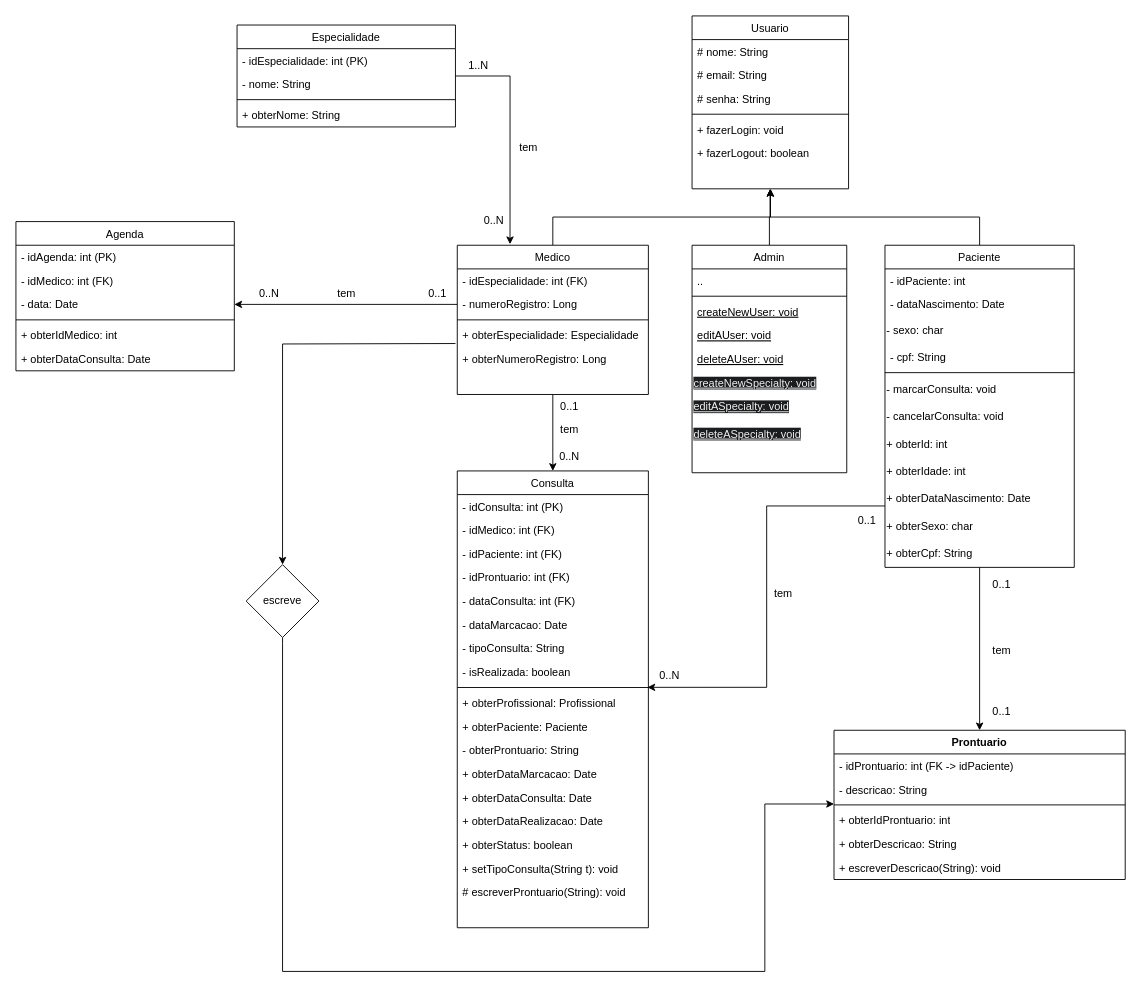
The draw.io diagram doc/diagrama/medcheck.drawio in the-bugs/medcheck-backend-js, before the edit. Source tidied: cells renumbered, new cells numbered last; positions are measured from the earlier drawing's top-left corner, leaving out a move shared by most shapes. Both pictures are drawn from the tidied source at 91%, with x=0, y=0 at pixel (15, 15).
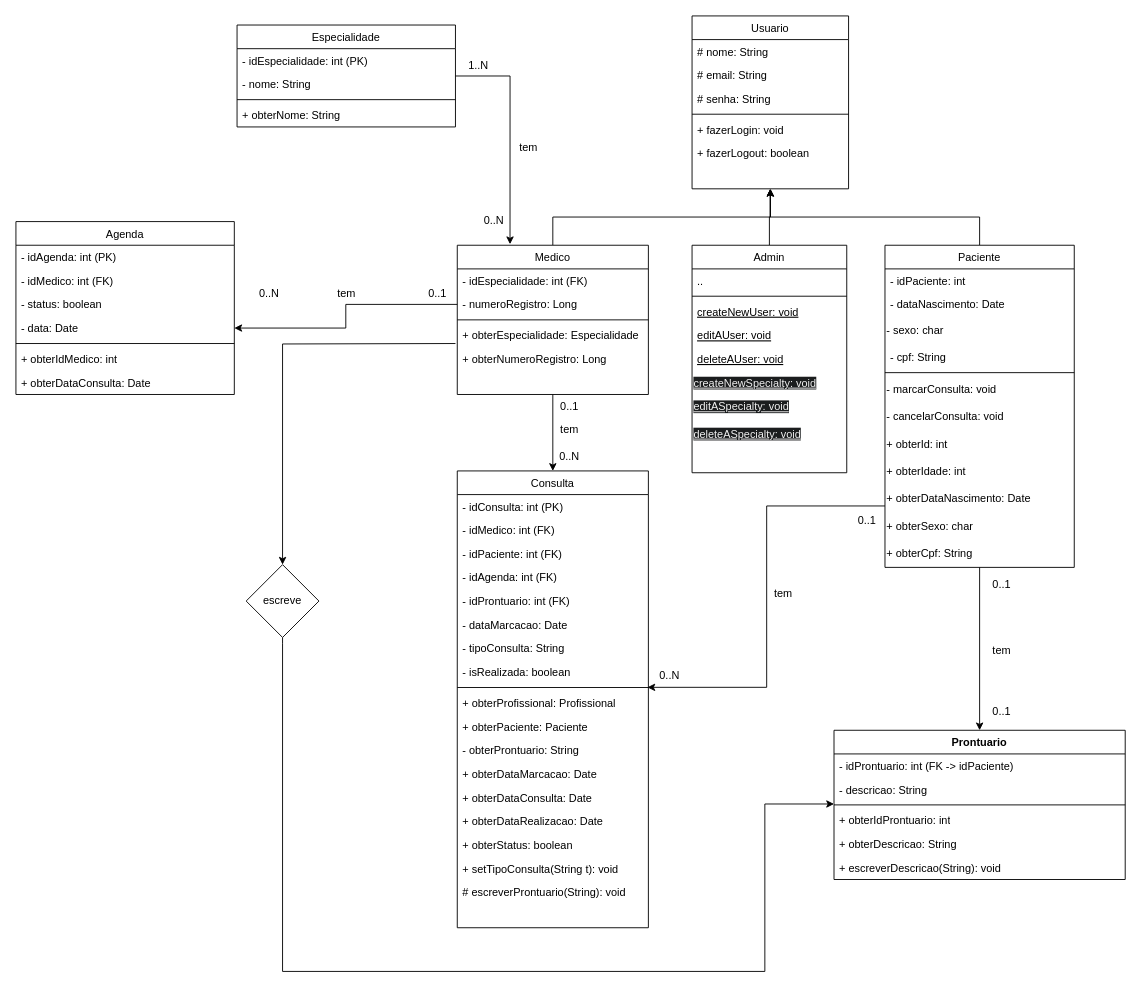
The same page after the edit.

Commit message:
doc: Atualiza diagrama

The change refers to these unchanged cells:
```xml
<mxCell id="41" value="Consulta" style="swimlane;fontStyle=0;align=center;verticalAlign=top;horizontal=1;startSize=26;rounded=0;shadow=0;strokeWidth=1;" parent="1" vertex="1">
  <mxGeometry x="485" y="500" width="210" height="502" as="geometry" />
</mxCell>
```

Diff of the diagram source:
```diff
@@
+    <mxCell id="101" value="- idAgenda: int (FK)" style="text;align=left;verticalAlign=top;spacingLeft=4;spacingRight=4;overflow=hidden;rounded=0;shadow=0;html=0;" parent="41" vertex="1">
+      <mxGeometry y="104" width="210" height="26" as="geometry" />
+    </mxCell>
     <mxCell id="45" value="- idProntuario: int (FK)" style="text;align=left;verticalAlign=top;spacingLeft=4;spacingRight=4;overflow=hidden;rounded=0;shadow=0;html=0;" parent="41" vertex="1">
-      <mxGeometry y="104" width="210" height="26" as="geometry" />
+      <mxGeometry y="130" width="210" height="26" as="geometry" />
     </mxCell>
-    <mxCell id="46" value="- dataConsulta: int (FK)" style="text;align=left;verticalAlign=top;spacingLeft=4;spacingRight=4;overflow=hidden;rounded=0;shadow=0;html=0;" parent="41" vertex="1">
-      <mxGeometry y="130" width="210" height="26" as="geometry" />
-    </mxCell>
@@
     <mxCell id="80" value="Agenda" style="swimlane;fontStyle=0;align=center;verticalAlign=top;horizontal=1;startSize=26;rounded=0;shadow=0;strokeWidth=1;" parent="1" vertex="1">
-      <mxGeometry y="226" width="240" height="164" as="geometry" />
+      <mxGeometry y="226" width="240" height="190" as="geometry" />
     </mxCell>
@@
+    <mxCell id="102" value="- status: boolean" style="text;align=left;verticalAlign=top;spacingLeft=4;spacingRight=4;overflow=hidden;" parent="80" vertex="1">
+      <mxGeometry y="78" width="240" height="26" as="geometry" />
+    </mxCell>
     <mxCell id="83" value="- data: Date" style="text;align=left;verticalAlign=top;spacingLeft=4;spacingRight=4;overflow=hidden;points=[[0,0.5],[1,0.5]];portConstraint=eastwest;" parent="80" vertex="1">
-      <mxGeometry y="78" width="240" height="26" as="geometry" />
+      <mxGeometry y="104" width="240" height="26" as="geometry" />
     </mxCell>
     <mxCell id="84" style="line;html=1;strokeWidth=1;align=left;verticalAlign=middle;spacingTop=-1;spacingLeft=3;spacingRight=3;labelPosition=right;" parent="80" vertex="1">
-      <mxGeometry y="104" width="240" height="8" as="geometry" />
+      <mxGeometry y="130" width="240" height="8" as="geometry" />
     </mxCell>
     <mxCell id="85" value="+ obterIdMedico: int&#10;" style="text;align=left;verticalAlign=top;spacingLeft=4;spacingRight=4;overflow=hidden;" parent="80" vertex="1">
-      <mxGeometry y="112" width="240" height="26" as="geometry" />
+      <mxGeometry y="138" width="240" height="26" as="geometry" />
     </mxCell>
     <mxCell id="86" value="+ obterDataConsulta: Date&#10;" style="text;align=left;verticalAlign=top;spacingLeft=4;spacingRight=4;overflow=hidden;" parent="80" vertex="1">
-      <mxGeometry y="138" width="240" height="26" as="geometry" />
+      <mxGeometry y="164" width="240" height="26" as="geometry" />
     </mxCell>
```
